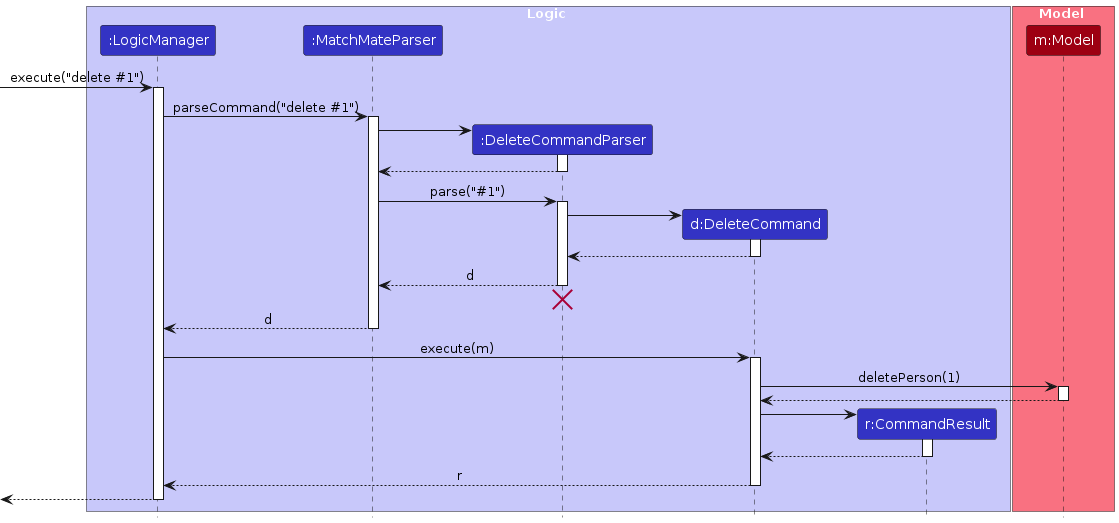
Earlier version of the PlantUML export diagrams/DeleteSequenceDiagram.png (benson1029/tp). Its source is kept beside it as diagrams/DeleteSequenceDiagram.puml. Source of this version:
```plantuml
@startuml
!include style.puml
skinparam ArrowFontStyle plain

box Logic LOGIC_COLOR_T1
participant ":LogicManager" as LogicManager LOGIC_COLOR
participant ":MatchMateParser" as MatchMateParser LOGIC_COLOR
participant ":DeleteCommandParser" as DeleteCommandParser LOGIC_COLOR
participant "d:DeleteCommand" as DeleteCommand LOGIC_COLOR
participant "r:CommandResult" as CommandResult LOGIC_COLOR
end box

box Model MODEL_COLOR_T1
participant "m:Model" as Model MODEL_COLOR
end box

[-> LogicManager : execute("delete #1")
activate LogicManager

LogicManager -> MatchMateParser : parseCommand("delete #1")
activate MatchMateParser

create DeleteCommandParser
MatchMateParser -> DeleteCommandParser
activate DeleteCommandParser

DeleteCommandParser --> MatchMateParser
deactivate DeleteCommandParser

MatchMateParser -> DeleteCommandParser : parse("#1")
activate DeleteCommandParser

create DeleteCommand
DeleteCommandParser -> DeleteCommand
activate DeleteCommand

DeleteCommand --> DeleteCommandParser :
deactivate DeleteCommand

DeleteCommandParser --> MatchMateParser : d
deactivate DeleteCommandParser
DeleteCommandParser -[hidden]-> MatchMateParser
destroy DeleteCommandParser

MatchMateParser --> LogicManager : d
deactivate MatchMateParser

LogicManager -> DeleteCommand : execute(m)
activate DeleteCommand

DeleteCommand -> Model : deletePerson(1)
activate Model

Model --> DeleteCommand
deactivate Model

create CommandResult
DeleteCommand -> CommandResult
activate CommandResult

CommandResult --> DeleteCommand
deactivate CommandResult

DeleteCommand --> LogicManager : r
deactivate DeleteCommand

[<--LogicManager
deactivate LogicManager
@enduml
```
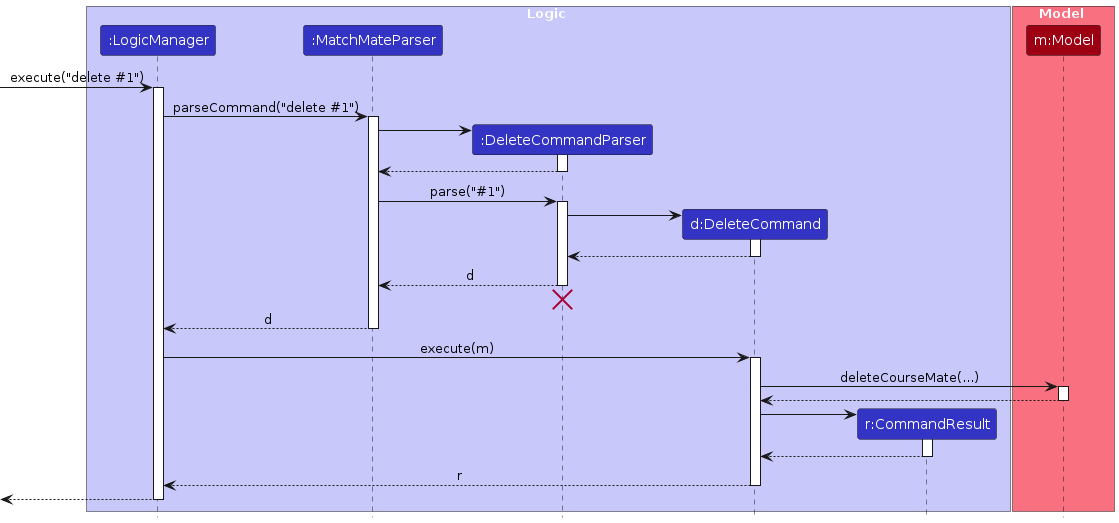
The same file after the commit.

Change to the diagram source:
```diff
@@ -48,7 +48,7 @@
 LogicManager -> DeleteCommand : execute(m)
 activate DeleteCommand
 
-DeleteCommand -> Model : deletePerson(1)
+DeleteCommand -> Model : deleteCourseMate(...)
 activate Model
 
 Model --> DeleteCommand
```
